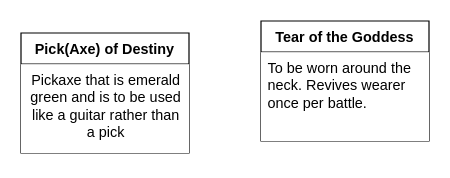
Above: page "Items" (3 of 4) of game dev flowchart.drawio in BigMikesExp/Shitsngigs (draw.io), before the change. Source tidied: cells renumbered, new cells numbered last; positions are measured from the earlier drawing's top-left corner, leaving out a move shared by most shapes. Both pictures are drawn from the tidied source at 120%, with x=0, y=0 at pixel (20, 20).
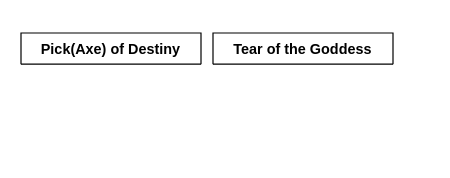
After the change.

What changed in the source:
```diff
@@
 <mxGraphModel>
   <root>
     <mxCell id="0" />
     <mxCell id="1" parent="0" />
-    <mxCell id="2" value="Pick(Axe) of Destiny" style="swimlane;fontStyle=1;horizontal=1;startSize=26;fillColor=#FFFFFF;" parent="1" vertex="1">
-      <mxGeometry y="10" width="140" height="100" as="geometry" />
+    <mxCell id="2" value="Pick(Axe) of Destiny" style="swimlane;fontStyle=1;horizontal=1;startSize=26;fillColor=#FFFFFF;" parent="1" vertex="1" collapsed="1">
+      <mxGeometry y="10" width="150" height="26" as="geometry" />
     </mxCell>
-    <mxCell id="3" value="&lt;div align=&quot;center&quot;&gt;Pickaxe that is emerald green and is to be used like a guitar rather than a pick&lt;/div&gt;" style="text;align=left;verticalAlign=top;spacingLeft=4;spacingRight=4;overflow=hidden;whiteSpace=wrap;html=1;fillColor=#FFFFFF;" parent="2" vertex="1">
-      <mxGeometry y="26" width="140" height="74" as="geometry" />
-    </mxCell>
-    <mxCell id="4" value="Tear of the Goddess" style="swimlane;fontStyle=1;horizontal=1;startSize=26;" parent="1" vertex="1">
-      <mxGeometry x="200" width="140" height="100" as="geometry" />
+    <mxCell id="4" value="Tear of the Goddess" style="swimlane;fontStyle=1;horizontal=1;startSize=26;" parent="1" vertex="1" collapsed="1">
+      <mxGeometry x="160" y="10" width="150" height="26" as="geometry" />
     </mxCell>
-    <mxCell id="5" value="&lt;span style=&quot;font-weight: normal&quot;&gt;To be worn around the neck. Revives wearer once per battle.&lt;/span&gt;" style="text;align=left;verticalAlign=top;spacingLeft=4;spacingRight=4;overflow=hidden;fontStyle=1;whiteSpace=wrap;html=1;fillColor=#ffffff;" parent="4" vertex="1">
-      <mxGeometry y="26" width="140" height="74" as="geometry" />
-    </mxCell>
   </root>
 </mxGraphModel>
```
